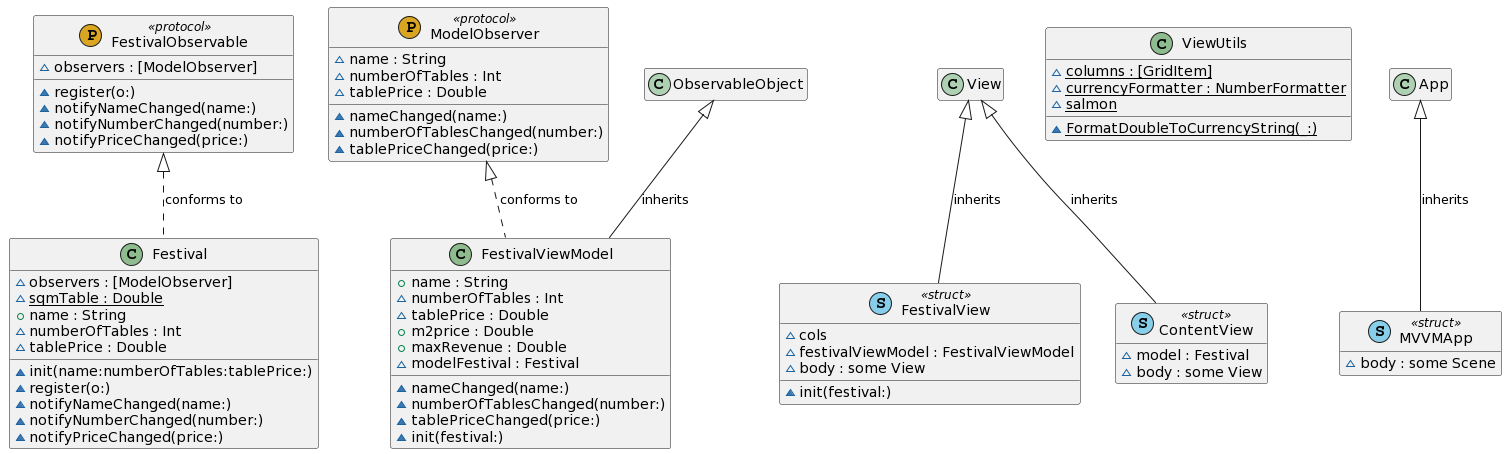
This is MVVM_Diagram.png from vavarm/SwiftUI_MVVM, a PlantUML export, as it was before one commit. Its diagram source:
```plantuml
@startuml
hide empty members
skinparam shadowing false
set namespaceSeparator none


class "FestivalObservable" as FestivalObservable << (P, GoldenRod) protocol >> {
  ~observers : [ModelObserver]
  ~register(o:)
  ~notifyNameChanged(name:)
  ~notifyNumberChanged(number:)
  ~notifyPriceChanged(price:)
}
class "ModelObserver" as ModelObserver << (P, GoldenRod) protocol >> {
  ~name : String
  ~numberOfTables : Int
  ~tablePrice : Double
  ~nameChanged(name:)
  ~numberOfTablesChanged(number:)
  ~tablePriceChanged(price:)
}
class "Festival" as Festival << (C, DarkSeaGreen) >> {
  ~observers : [ModelObserver]
  ~{static} sqmTable : Double
  +name : String
  ~numberOfTables : Int
  ~tablePrice : Double
  ~init(name:numberOfTables:tablePrice:)
  ~register(o:)
  ~notifyNameChanged(name:)
  ~notifyNumberChanged(number:)
  ~notifyPriceChanged(price:)
}
class "FestivalView" as FestivalView << (S, SkyBlue) struct >> {
  ~cols
  ~festivalViewModel : FestivalViewModel
  ~init(festival:)
  ~body : some View
}
class "FestivalViewModel" as FestivalViewModel << (C, DarkSeaGreen) >> {
  +name : String
  ~numberOfTables : Int
  ~tablePrice : Double
  +m2price : Double
  +maxRevenue : Double
  ~modelFestival : Festival
  ~nameChanged(name:)
  ~numberOfTablesChanged(number:)
  ~tablePriceChanged(price:)
  ~init(festival:)
}
class "ViewUtils" as ViewUtils << (C, DarkSeaGreen) >> {
  ~{static} columns : [GridItem]
  ~{static} currencyFormatter : NumberFormatter
  ~{static} salmon
  ~{static} FormatDoubleToCurrencyString(_:)
}
class "MVVMApp" as MVVMApp << (S, SkyBlue) struct >> {
  ~body : some Scene
}
class "ContentView" as ContentView << (S, SkyBlue) struct >> {
  ~model : Festival
  ~body : some View
}
FestivalObservable <|.. Festival : conforms to
View <|-- FestivalView : inherits
ModelObserver <|.. FestivalViewModel : conforms to
ObservableObject <|-- FestivalViewModel : inherits
App <|-- MVVMApp : inherits
View <|-- ContentView : inherits
@enduml
```
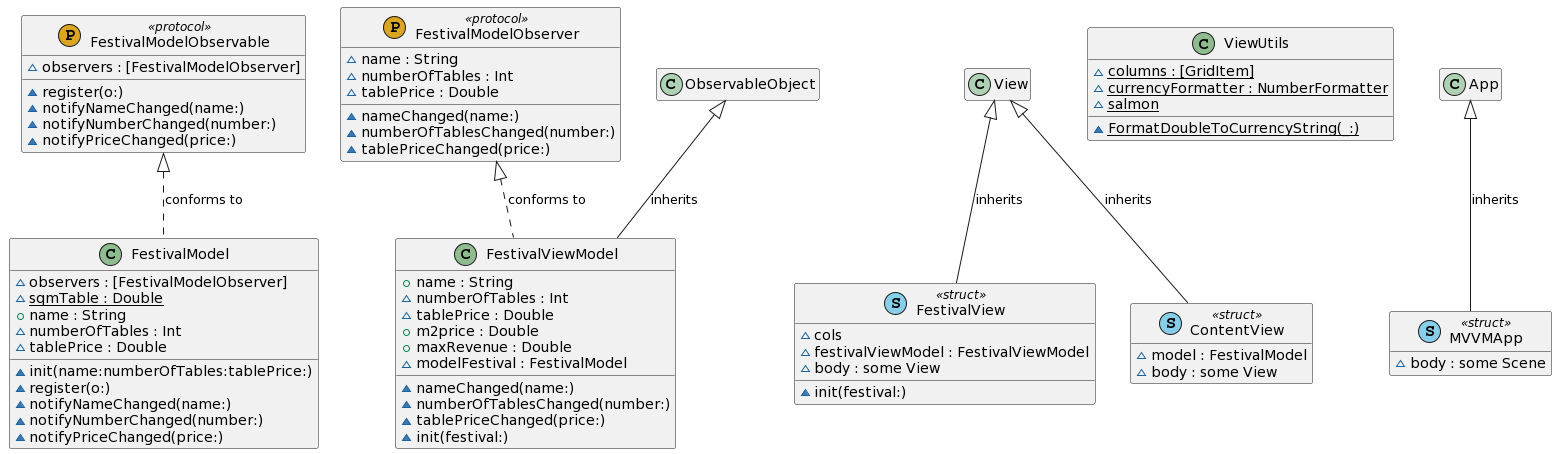
After the change.

The edit, as a diff of the source:
```diff
@@ -4,14 +4,14 @@
 set namespaceSeparator none
 
 
-class "FestivalObservable" as FestivalObservable << (P, GoldenRod) protocol >> {
-  ~observers : [ModelObserver]
+class "FestivalModelObservable" as FestivalModelObservable << (P, GoldenRod) protocol >> {
+  ~observers : [FestivalModelObserver]
   ~register(o:)
   ~notifyNameChanged(name:)
   ~notifyNumberChanged(number:)
   ~notifyPriceChanged(price:)
 }
-class "ModelObserver" as ModelObserver << (P, GoldenRod) protocol >> {
+class "FestivalModelObserver" as FestivalModelObserver << (P, GoldenRod) protocol >> {
   ~name : String
   ~numberOfTables : Int
   ~tablePrice : Double
@@ -19,8 +19,14 @@
   ~numberOfTablesChanged(number:)
   ~tablePriceChanged(price:)
 }
-class "Festival" as Festival << (C, DarkSeaGreen) >> {
-  ~observers : [ModelObserver]
+class "FestivalView" as FestivalView << (S, SkyBlue) struct >> {
+  ~cols
+  ~festivalViewModel : FestivalViewModel
+  ~init(festival:)
+  ~body : some View
+}
+class "FestivalModel" as FestivalModel << (C, DarkSeaGreen) >> {
+  ~observers : [FestivalModelObserver]
   ~{static} sqmTable : Double
   +name : String
   ~numberOfTables : Int
@@ -31,19 +37,13 @@
   ~notifyNumberChanged(number:)
   ~notifyPriceChanged(price:)
 }
-class "FestivalView" as FestivalView << (S, SkyBlue) struct >> {
-  ~cols
-  ~festivalViewModel : FestivalViewModel
-  ~init(festival:)
-  ~body : some View
-}
 class "FestivalViewModel" as FestivalViewModel << (C, DarkSeaGreen) >> {
   +name : String
   ~numberOfTables : Int
   ~tablePrice : Double
   +m2price : Double
   +maxRevenue : Double
-  ~modelFestival : Festival
+  ~modelFestival : FestivalModel
   ~nameChanged(name:)
   ~numberOfTablesChanged(number:)
   ~tablePriceChanged(price:)
@@ -59,12 +59,12 @@
   ~body : some Scene
 }
 class "ContentView" as ContentView << (S, SkyBlue) struct >> {
-  ~model : Festival
+  ~model : FestivalModel
   ~body : some View
 }
-FestivalObservable <|.. Festival : conforms to
 View <|-- FestivalView : inherits
-ModelObserver <|.. FestivalViewModel : conforms to
+FestivalModelObservable <|.. FestivalModel : conforms to
+FestivalModelObserver <|.. FestivalViewModel : conforms to
 ObservableObject <|-- FestivalViewModel : inherits
 App <|-- MVVMApp : inherits
 View <|-- ContentView : inherits
```
